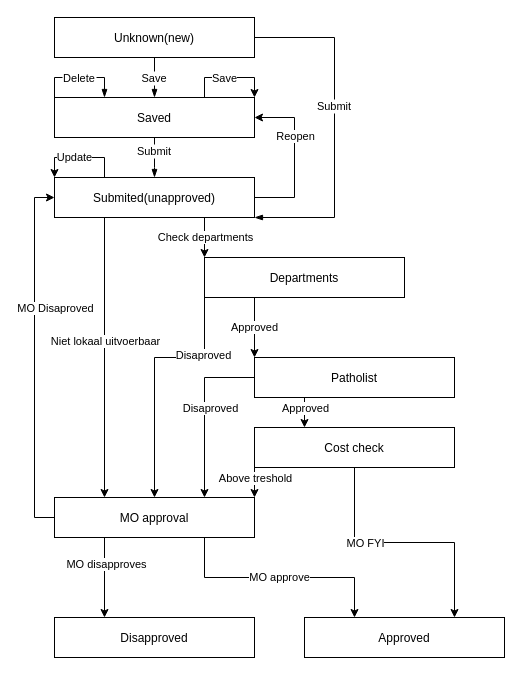
Earlier version of the draw.io diagram ACT.drawio (slaap123/DrawIO). Source tidied: cells renumbered, new cells numbered last; positions are measured from the earlier drawing's top-left corner, leaving out a move shared by most shapes. Both pictures are drawn from the tidied source at 100%, with x=0, y=0 at pixel (54, 17).
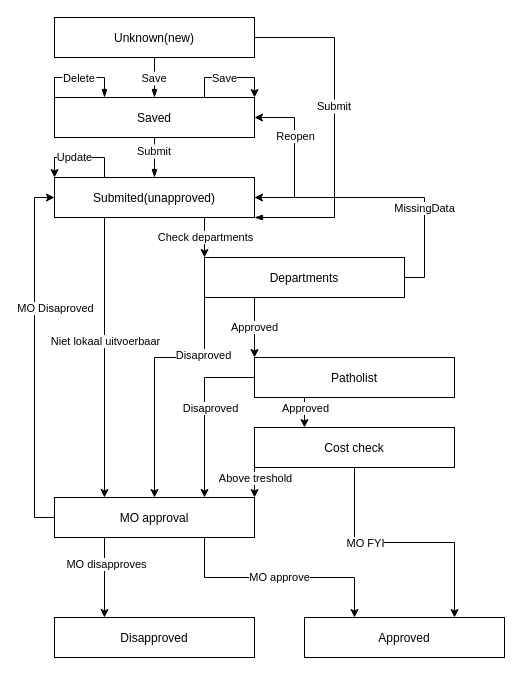
The same page after the edit.

The change refers to these unchanged cells:
```xml
<object id="10" label="%name%" name="Submited(unapproved)" placeholders="1">
  <mxCell style="label,whiteSpace=wrap,html=1,sharp=1;" parent="1" vertex="1">
    <mxGeometry y="160" width="200" height="40" as="geometry" />
  </mxCell>
</object>
<object id="26" label="%name%" name="Departments" placeholders="1">
  <mxCell style="label,whiteSpace=wrap,html=1,sharp=1;" parent="1" vertex="1">
    <mxGeometry x="150" y="240" width="200" height="40" as="geometry" />
  </mxCell>
</object>
```

Change to the diagram source:
```diff
@@
+    <mxCell id="41" style="edgeStyle=orthogonalEdgeStyle;rounded=0;jettySize=auto;html=1;exitX=1;exitY=0.5;exitDx=0;exitDy=0;entryX=1;entryY=0.5;entryDx=0;entryDy=0;" parent="1" edge="1" source="26" target="10">
+      <mxGeometry relative="1" as="geometry" />
+    </mxCell>
+    <mxCell id="42" value="MissingData" style="edgeLabel;html=1;align=center;verticalAlign=middle;" parent="41" vertex="1">
+      <mxGeometry x="-0.33" y="1" relative="1" as="geometry" />
+    </mxCell>
```
